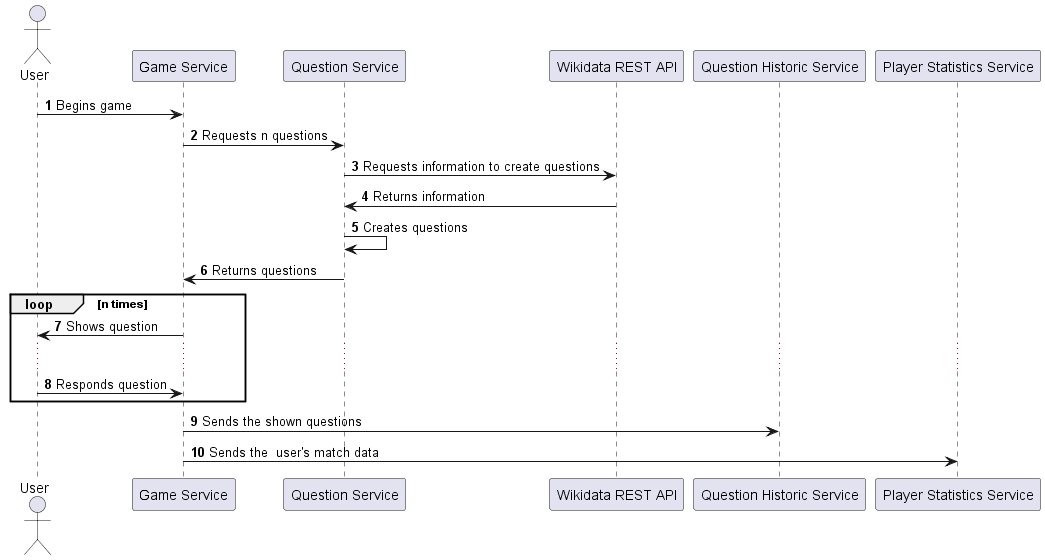
Above: images/Question generation 1.png in Arquisoft/wiq_es6c (PlantUML), before the change. Its diagram source:
```plantuml
@startuml
autonumber

actor "User" as user

user -> "Game Service": Begins game
"Game Service" -> "Question Service" : Requests n questions
"Question Service" -> "Wikidata REST API" : Requests information to create questions
"Wikidata REST API" -> "Question Service" : Returns information
"Question Service" -> "Question Service" : Creates questions
"Question Service" -> "Game Service" : Returns questions

loop n times
    "Game Service" -> user : Shows question
    …
    user -> "Game Service" : Responds question
end

"Game Service" -> "Question Historic Service" : Sends the shown questions
"Game Service" -> "Player Statistics Service" : Sends the  user's match data
@enduml
```
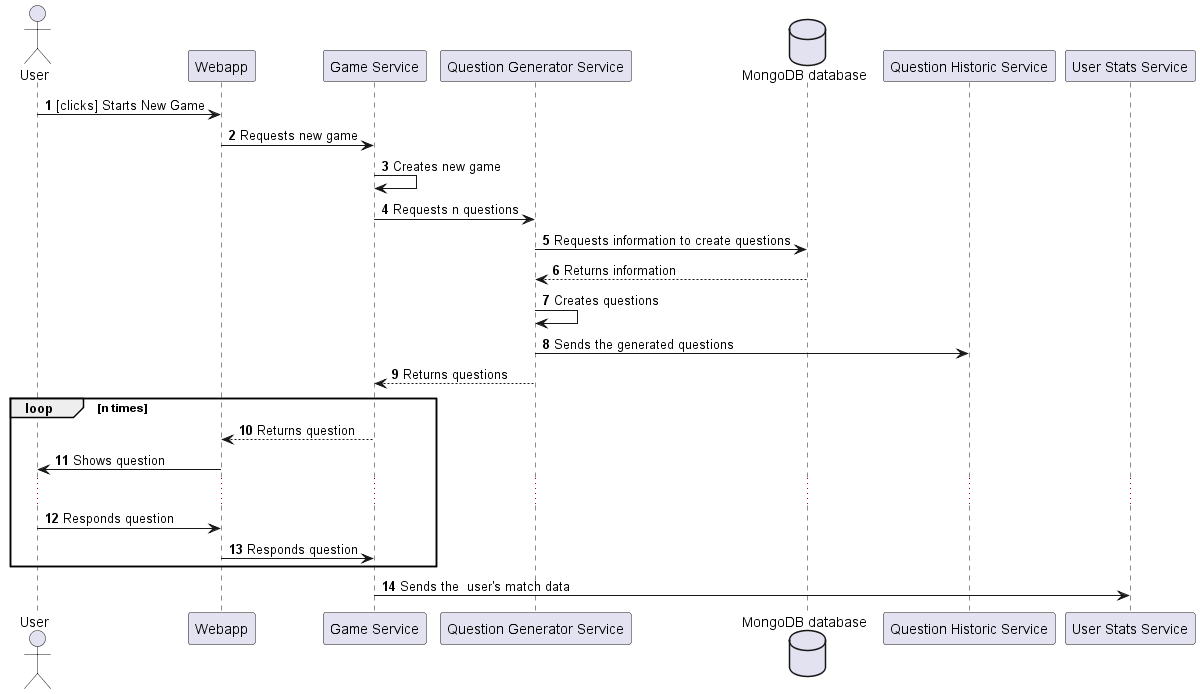
After the change.

Change to the diagram source:
```diff
@@ -3,19 +3,27 @@
 
 actor "User" as user
 
-user -> "Game Service": Begins game
-"Game Service" -> "Question Service" : Requests n questions
-"Question Service" -> "Wikidata REST API" : Requests information to create questions
-"Wikidata REST API" -> "Question Service" : Returns information
-"Question Service" -> "Question Service" : Creates questions
-"Question Service" -> "Game Service" : Returns questions
+user -> "Webapp": [clicks] Starts New Game
+
+"Webapp" -> "Game Service": Requests new game
+"Game Service" -> "Game Service" : Creates new game
+"Game Service" -> "Question Generator Service" : Requests n questions
+
+database "MongoDB database" as DB
+
+"Question Generator Service" -> DB : Requests information to create questions
+DB --> "Question Generator Service" : Returns information
+"Question Generator Service" -> "Question Generator Service" : Creates questions
+"Question Generator Service" -> "Question Historic Service" : Sends the generated questions
+"Question Generator Service" --> "Game Service" : Returns questions
 
 loop n times
-    "Game Service" -> user : Shows question
+    "Game Service" --> "Webapp" : Returns question
+    "Webapp" -> user : Shows question
     …
-    user -> "Game Service" : Responds question
+    user -> "Webapp" : Responds question
+    "Webapp" -> "Game Service" : Responds question
 end
 
-"Game Service" -> "Question Historic Service" : Sends the shown questions
-"Game Service" -> "Player Statistics Service" : Sends the  user's match data
+"Game Service" -> "User Stats Service" : Sends the  user's match data
 @enduml
```
